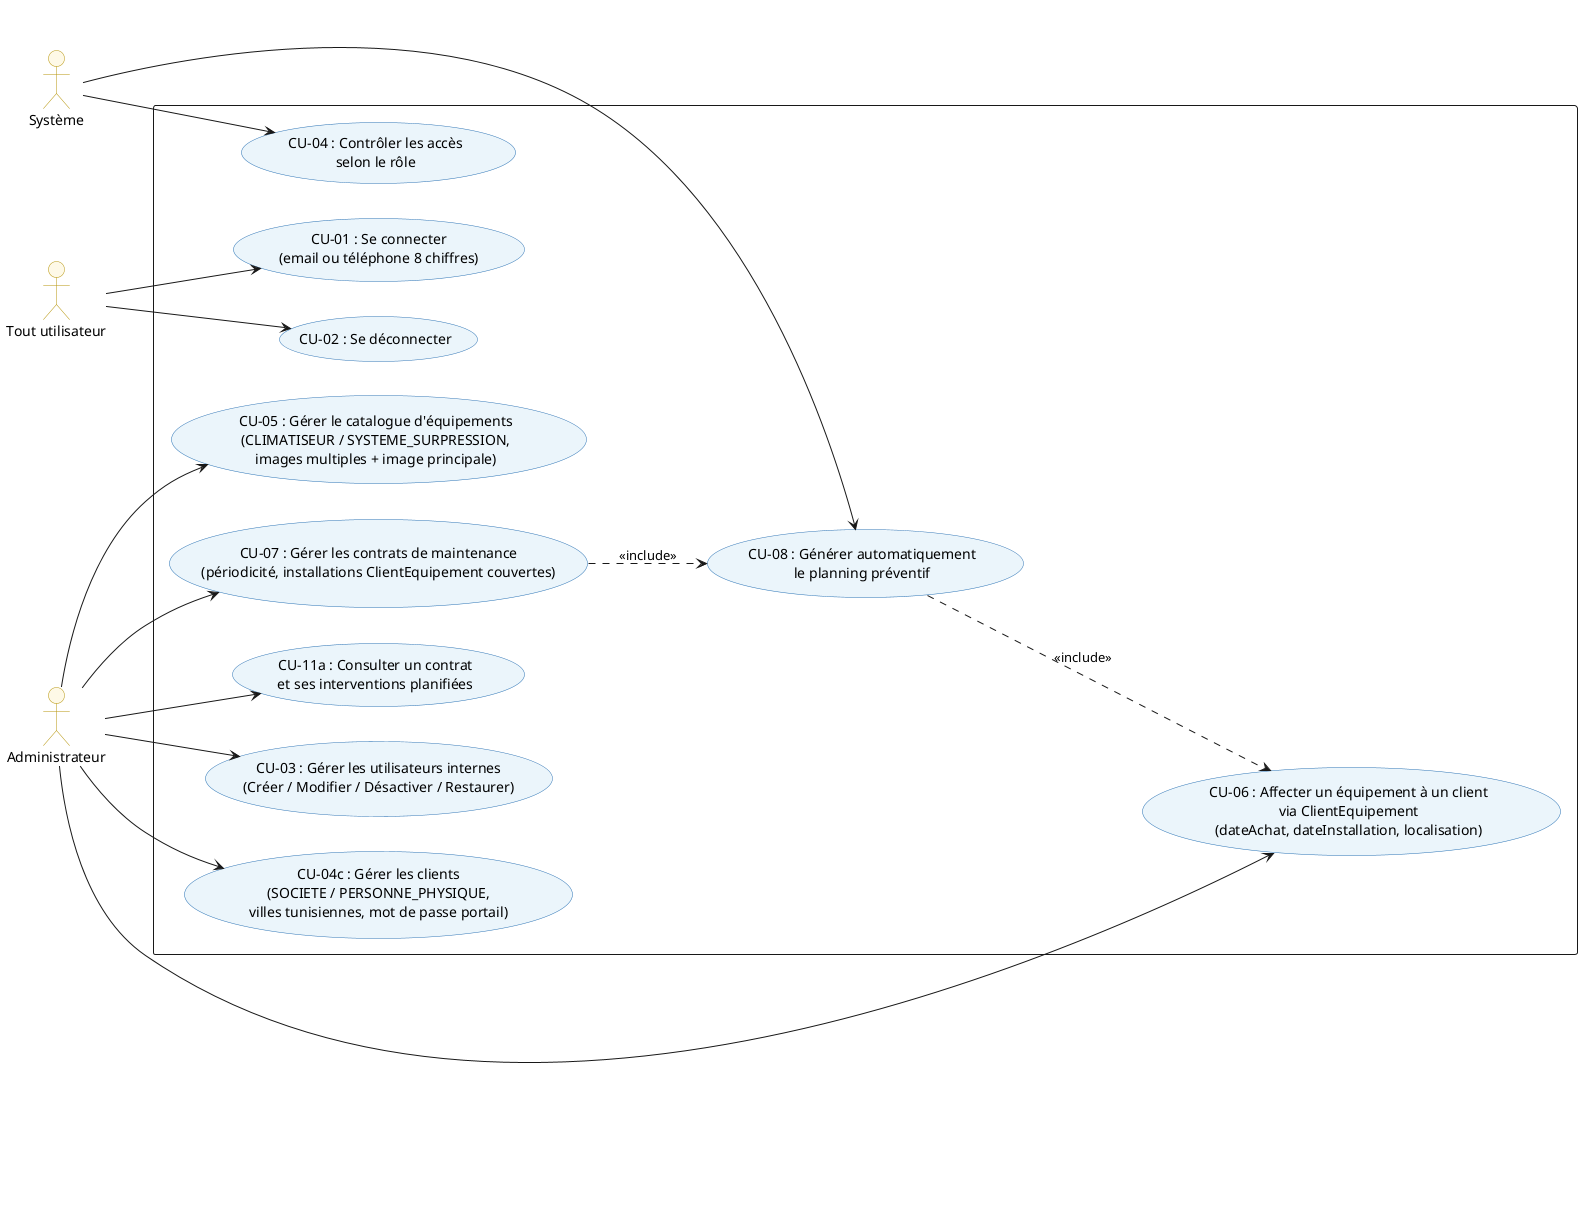
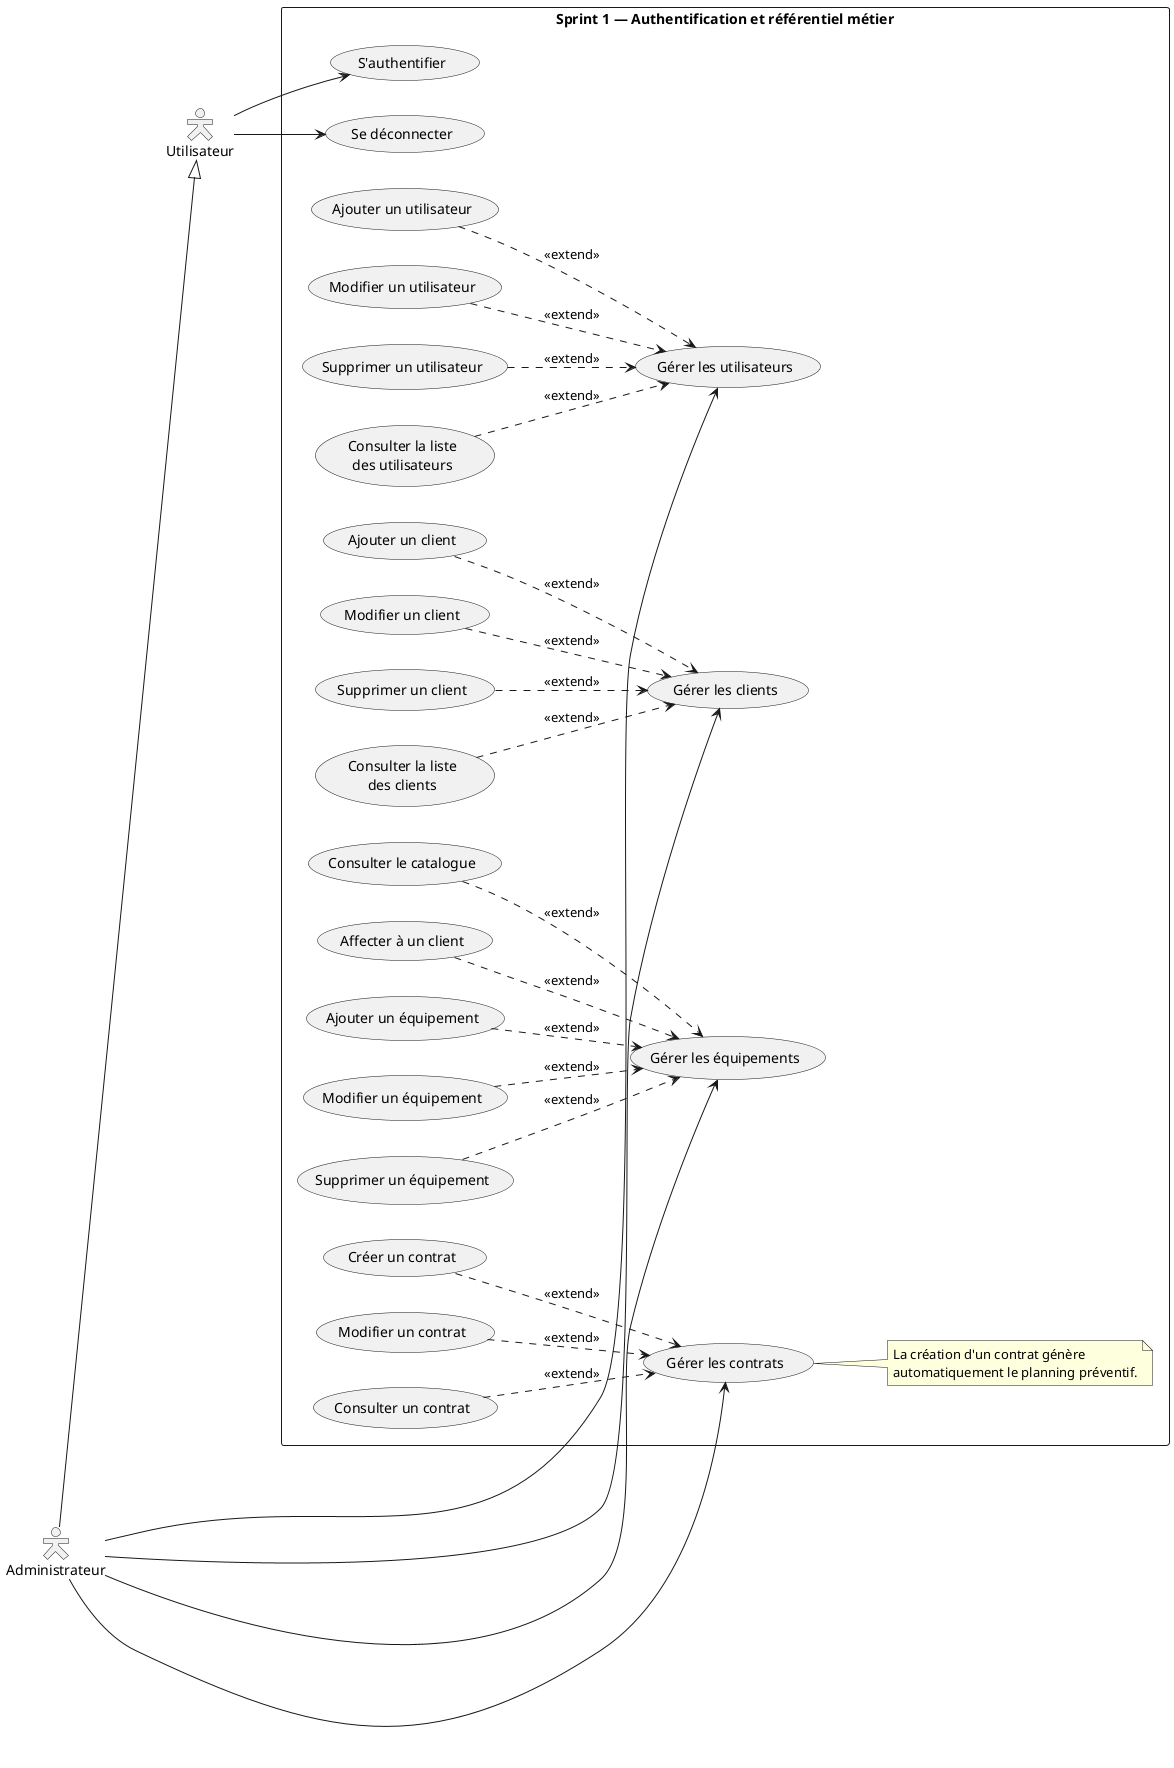
@startuml 04_sprint1_use_case
+ left to right direction
+ skinparam packageStyle rectangle
+ skinparam actorStyle Hollow

- left to right direction
- skinparam usecase {
-   BackgroundColor #EBF5FB
-   BorderColor #2E74B5
- }
- skinparam actor {
-   BackgroundColor #FEF9E7
-   BorderColor #B7950B
+ actor "Utilisateur" as U
+ actor "Administrateur" as A
+ 
+ A --|> U
+ 
+ rectangle "Sprint 1 — Authentification et référentiel métier" {
+ 
+   usecase "S'authentifier" as UC_AUTH
+   usecase "Se déconnecter" as UC_LOGOUT
+ 
+   usecase "Gérer les utilisateurs" as UC_USERS
+   usecase "Ajouter un utilisateur" as UC_ADD_USER
+   usecase "Modifier un utilisateur" as UC_MOD_USER
+   usecase "Supprimer un utilisateur" as UC_DEL_USER
+   usecase "Consulter la liste\ndes utilisateurs" as UC_LIST_USERS
+ 
+   usecase "Gérer les clients" as UC_CLIENTS
+   usecase "Ajouter un client" as UC_ADD_CLIENT
+   usecase "Modifier un client" as UC_MOD_CLIENT
+   usecase "Supprimer un client" as UC_DEL_CLIENT
+   usecase "Consulter la liste\ndes clients" as UC_LIST_CLIENTS
+ 
+   usecase "Gérer les équipements" as UC_EQ
+   usecase "Ajouter un équipement" as UC_ADD_EQ
+   usecase "Modifier un équipement" as UC_MOD_EQ
+   usecase "Supprimer un équipement" as UC_DEL_EQ
+   usecase "Consulter le catalogue" as UC_LIST_EQ
+   usecase "Affecter à un client" as UC_ASSIGN_EQ
+ 
+   usecase "Gérer les contrats" as UC_CONTRACTS
+   usecase "Créer un contrat" as UC_CREATE_CONTRACT
+   usecase "Modifier un contrat" as UC_MOD_CONTRACT
+   usecase "Consulter un contrat" as UC_VIEW_CONTRACT
+ 
+   note right of UC_CONTRACTS
+     La création d'un contrat génère
+     automatiquement le planning préventif.
+   end note
}

- actor "Tout utilisateur" as User
- actor "Administrateur"  as Admin
- actor "Système"         as Sys
+ U --> UC_AUTH
+ U --> UC_LOGOUT

- rectangle {
+ A --> UC_USERS
+ A --> UC_CLIENTS
+ A --> UC_EQ
+ A --> UC_CONTRACTS

-   usecase "CU-01 : Se connecter\n(email ou téléphone 8 chiffres)" as UC01
-   usecase "CU-02 : Se déconnecter"                                 as UC02
-   usecase "CU-04 : Contrôler les accès\nselon le rôle"            as UC04
+ UC_ADD_USER ..> UC_USERS : <<extend>>
+ UC_MOD_USER ..> UC_USERS : <<extend>>
+ UC_DEL_USER ..> UC_USERS : <<extend>>
+ UC_LIST_USERS ..> UC_USERS : <<extend>>

-   usecase "CU-03 : Gérer les utilisateurs internes\n(Créer / Modifier / Désactiver / Restaurer)" as UC03
+ UC_ADD_CLIENT ..> UC_CLIENTS : <<extend>>
+ UC_MOD_CLIENT ..> UC_CLIENTS : <<extend>>
+ UC_DEL_CLIENT ..> UC_CLIENTS : <<extend>>
+ UC_LIST_CLIENTS ..> UC_CLIENTS : <<extend>>

-   usecase "CU-04c : Gérer les clients\n(SOCIETE / PERSONNE_PHYSIQUE,\nvilles tunisiennes, mot de passe portail)"  as UC04c
-   usecase "CU-05 : Gérer le catalogue d'équipements\n(CLIMATISEUR / SYSTEME_SURPRESSION,\nimages multiples + image principale)" as UC05
-   usecase "CU-06 : Affecter un équipement à un client\nvia ClientEquipement\n(dateAchat, dateInstallation, localisation)" as UC06
-   usecase "CU-07 : Gérer les contrats de maintenance\n(périodicité, installations ClientEquipement couvertes)" as UC07
-   usecase "CU-08 : Générer automatiquement\nle planning préventif"  as UC08
-   usecase "CU-11a : Consulter un contrat\net ses interventions planifiées" as UC11a
- }
+ UC_ADD_EQ ..> UC_EQ : <<extend>>
+ UC_MOD_EQ ..> UC_EQ : <<extend>>
+ UC_DEL_EQ ..> UC_EQ : <<extend>>
+ UC_LIST_EQ ..> UC_EQ : <<extend>>
+ UC_ASSIGN_EQ ..> UC_EQ : <<extend>>

- User  --> UC01
- User  --> UC02
- Sys   --> UC04
- Admin --> UC03
- Admin --> UC04c
- Admin --> UC05
- Admin --> UC06
- Admin --> UC07
- Admin --> UC11a
- Sys   --> UC08
- 
- UC07 ..> UC08 : <<include>>
- UC08 ..> UC06 : <<include>>
+ UC_CREATE_CONTRACT ..> UC_CONTRACTS : <<extend>>
+ UC_MOD_CONTRACT ..> UC_CONTRACTS : <<extend>>
+ UC_VIEW_CONTRACT ..> UC_CONTRACTS : <<extend>>

@enduml
